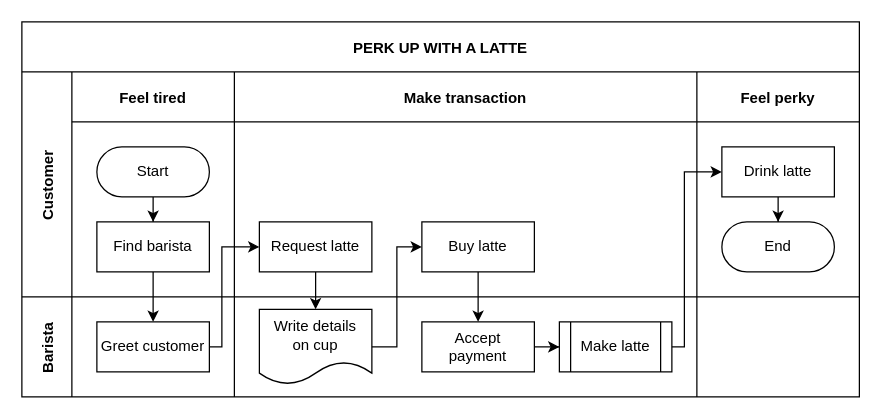
Before: Untitled Diagram.drawio in vuquangkhtn/draw, a draw.io diagram. Source tidied: cells renumbered, new cells numbered last; positions are measured from the earlier drawing's top-left corner, leaving out a move shared by most shapes. Both pictures are drawn from the tidied source at 125%, with x=0, y=0 at pixel (21, 21).
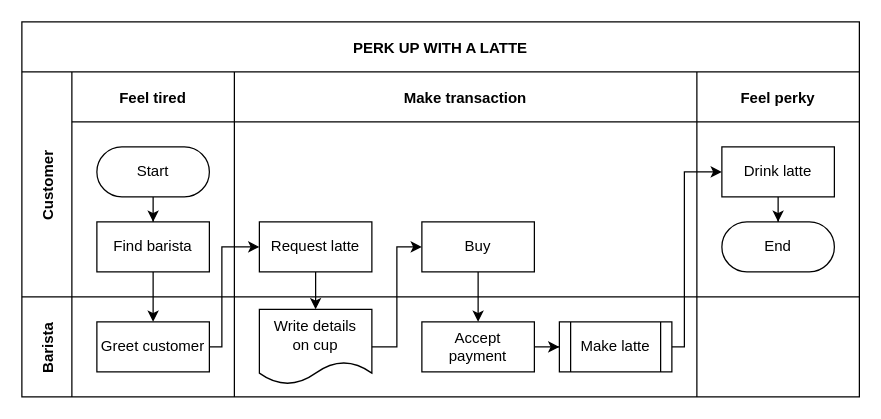
The same page after the edit.

Unchanged cells that the change refers to:
```xml
<mxCell id="9" value="Make transaction" style="swimlane;swimlaneHead=0;swimlaneBody=0;fillColor=none;startSize=40;fontStyle=1;" parent="4" vertex="1">
  <mxGeometry x="170" width="370" height="180" as="geometry" />
</mxCell>
```

The edit, as a diff of the source:
```diff
@@
-    <mxCell id="11" value="Buy latte" style="rounded=0;whiteSpace=wrap;html=1;" parent="9" vertex="1">
+    <mxCell id="11" value="Buy" style="rounded=0;whiteSpace=wrap;html=1;" parent="9" vertex="1">
       <mxGeometry x="150" y="120" width="90" height="40" as="geometry" />
     </mxCell>
```
